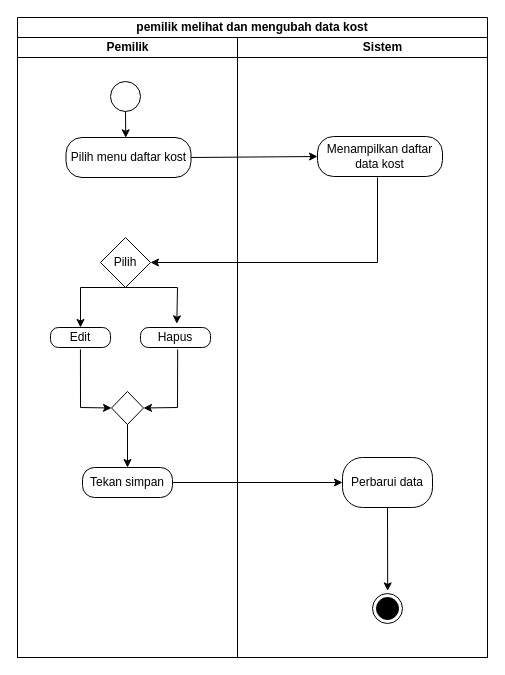
Earlier version of the draw.io diagram page "A.MENGUBAH DATA KOST" (8 of 21) of USE CASE KOST SAW TERBARU.drawio (HANNN-YOLO/skripsi). Source tidied: cells renumbered, new cells numbered last; positions are measured from the earlier drawing's top-left corner, leaving out a move shared by most shapes. Both pictures are drawn from the tidied source at 100%, with x=0, y=0 at pixel (17, 17).
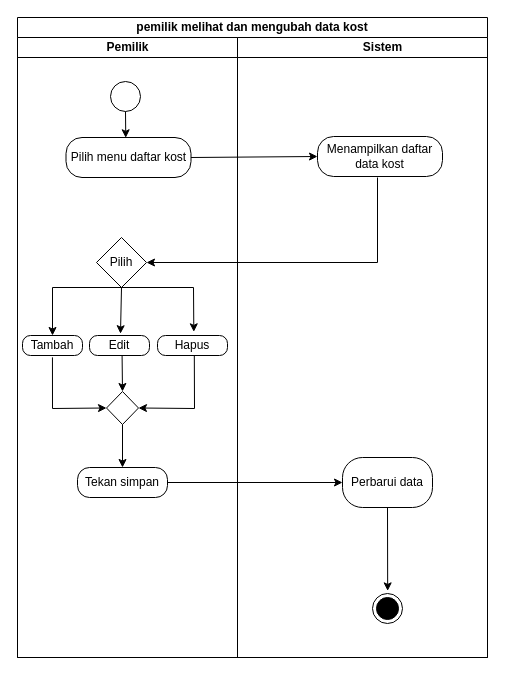
The same diagram, later.

The change refers to these unchanged cells:
```xml
<mxCell id="3" value="Pemilik" style="swimlane;html=1;startSize=20;" parent="2" vertex="1">
  <mxGeometry y="20" width="220" height="620" as="geometry" />
</mxCell>
```

Diff of the diagram source:
```diff
@@
     <mxCell id="7" value="Pilih" style="rhombus;whiteSpace=wrap;html=1;" parent="3" vertex="1">
-      <mxGeometry x="83" y="200" width="50" height="50" as="geometry" />
+      <mxGeometry x="79" y="200" width="50" height="50" as="geometry" />
     </mxCell>
-    <mxCell id="8" value="Edit" style="rounded=1;whiteSpace=wrap;html=1;arcSize=40;" parent="3" vertex="1">
-      <mxGeometry x="33" y="290" width="60" height="20" as="geometry" />
+    <mxCell id="8" value="Tambah" style="rounded=1;whiteSpace=wrap;html=1;arcSize=40;" parent="3" vertex="1">
+      <mxGeometry x="5" y="298" width="60" height="20" as="geometry" />
     </mxCell>
     <mxCell id="9" value="Hapus" style="rounded=1;whiteSpace=wrap;html=1;arcSize=40;" parent="3" vertex="1">
-      <mxGeometry x="123" y="290" width="70" height="20" as="geometry" />
+      <mxGeometry x="140" y="298" width="70" height="20" as="geometry" />
     </mxCell>
     <mxCell id="10" style="endArrow=classic;html=1;rounded=0;exitX=0.5;exitY=1;exitDx=0;exitDy=0;entryX=0.519;entryY=-0.184;entryDx=0;entryDy=0;entryPerimeter=0;" parent="3" edge="1" source="7" target="9">
       <mxGeometry relative="1" as="geometry">
         <Array as="points">
-          <mxPoint x="160" y="250" />
+          <mxPoint x="176" y="250" />
         </Array>
       </mxGeometry>
     </mxCell>
     <mxCell id="11" style="endArrow=classic;html=1;rounded=0;exitX=0.5;exitY=1;exitDx=0;exitDy=0;entryX=0.5;entryY=0;entryDx=0;entryDy=0;" parent="3" edge="1" source="7" target="8">
       <mxGeometry relative="1" as="geometry">
         <Array as="points">
-          <mxPoint x="63" y="250" />
+          <mxPoint x="35" y="250" />
         </Array>
       </mxGeometry>
     </mxCell>
     <mxCell id="12" style="rhombus;whiteSpace=wrap;html=1;" parent="3" vertex="1">
-      <mxGeometry x="94" y="354" width="32" height="33" as="geometry" />
+      <mxGeometry x="89" y="354" width="32" height="33" as="geometry" />
     </mxCell>
     <mxCell id="13" style="endArrow=classic;html=1;rounded=0;exitX=0.499;exitY=1.094;exitDx=0;exitDy=0;exitPerimeter=0;entryX=0;entryY=0.5;entryDx=0;entryDy=0;" parent="3" edge="1" source="8" target="12">
       <mxGeometry relative="1" as="geometry">
         <Array as="points">
-          <mxPoint x="63" y="370" />
+          <mxPoint x="35" y="371" />
         </Array>
       </mxGeometry>
     </mxCell>
-    <mxCell id="14" style="endArrow=classic;html=1;rounded=0;exitX=0.531;exitY=1.094;exitDx=0;exitDy=0;entryX=1;entryY=0.5;entryDx=0;entryDy=0;exitPerimeter=0;" parent="3" edge="1" source="9" target="12">
+    <mxCell id="14" style="endArrow=classic;html=1;rounded=0;exitX=0.526;exitY=0.992;exitDx=0;exitDy=0;entryX=1;entryY=0.5;entryDx=0;entryDy=0;exitPerimeter=0;" parent="3" edge="1" source="9" target="12">
       <mxGeometry relative="1" as="geometry">
         <Array as="points">
-          <mxPoint x="160" y="370" />
+          <mxPoint x="177" y="371" />
         </Array>
       </mxGeometry>
     </mxCell>
     <mxCell id="15" value="Tekan simpan" style="rounded=1;whiteSpace=wrap;html=1;arcSize=40;" parent="3" vertex="1">
-      <mxGeometry x="65" y="430" width="90" height="30" as="geometry" />
+      <mxGeometry x="60" y="430" width="90" height="30" as="geometry" />
     </mxCell>
@@
+    <mxCell id="25" value="Edit" style="rounded=1;whiteSpace=wrap;html=1;arcSize=40;" parent="3" vertex="1">
+      <mxGeometry x="72" y="298" width="60" height="20" as="geometry" />
+    </mxCell>
+    <mxCell id="26" style="endArrow=classic;html=1;rounded=0;entryX=0.5;entryY=0;entryDx=0;entryDy=0;exitX=0.543;exitY=0.975;exitDx=0;exitDy=0;exitPerimeter=0;" parent="3" edge="1" source="25" target="12">
+      <mxGeometry relative="1" as="geometry" />
+    </mxCell>
@@
+    <mxCell id="27" style="endArrow=classic;html=1;rounded=0;entryX=0.616;entryY=-0.09;entryDx=0;entryDy=0;entryPerimeter=0;" parent="1" edge="1">
+      <mxGeometry relative="1" as="geometry">
+        <mxPoint x="104" y="270" as="sourcePoint" />
+        <mxPoint x="103" y="316.2" as="targetPoint" />
+      </mxGeometry>
+    </mxCell>
```
